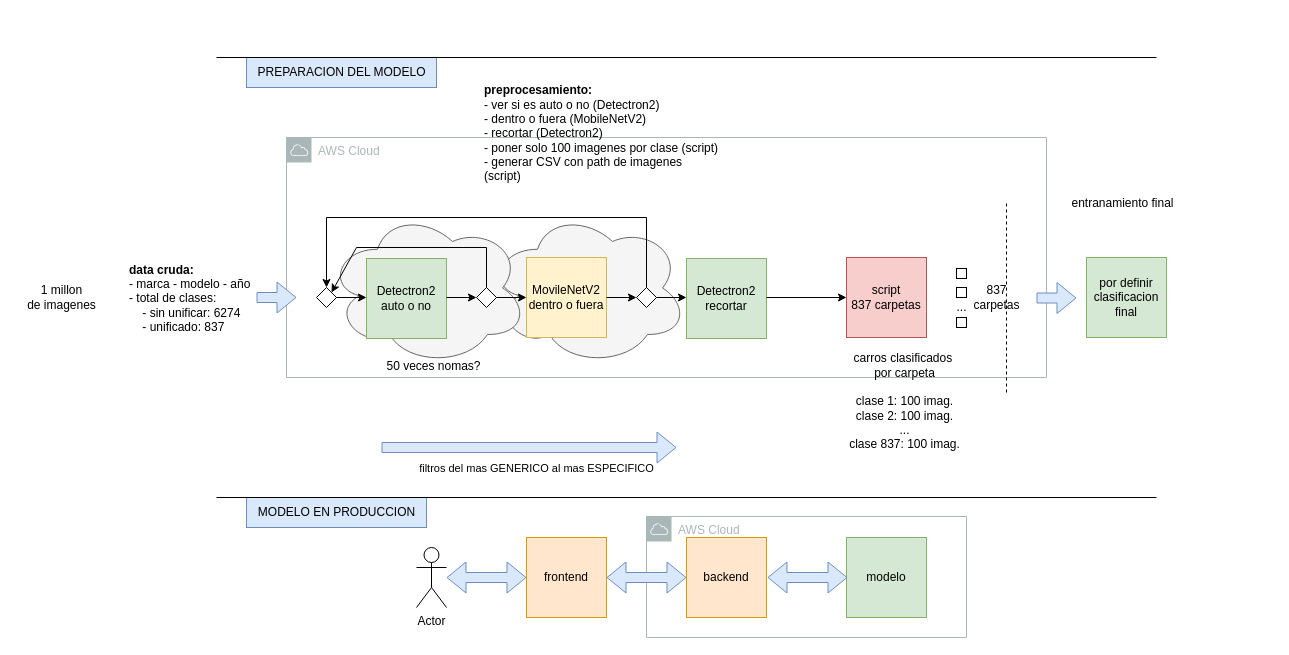
This is documentation/Diagrama sin título.drawio from josueelias9/AI-resnet_retraining, a draw.io file, before an edit. Source tidied: cells renumbered, new cells numbered last; positions are measured from the earlier drawing's top-left corner, leaving out a move shared by most shapes. Both pictures are drawn from the tidied source at 100%, with x=0, y=0 at pixel (17, 57).
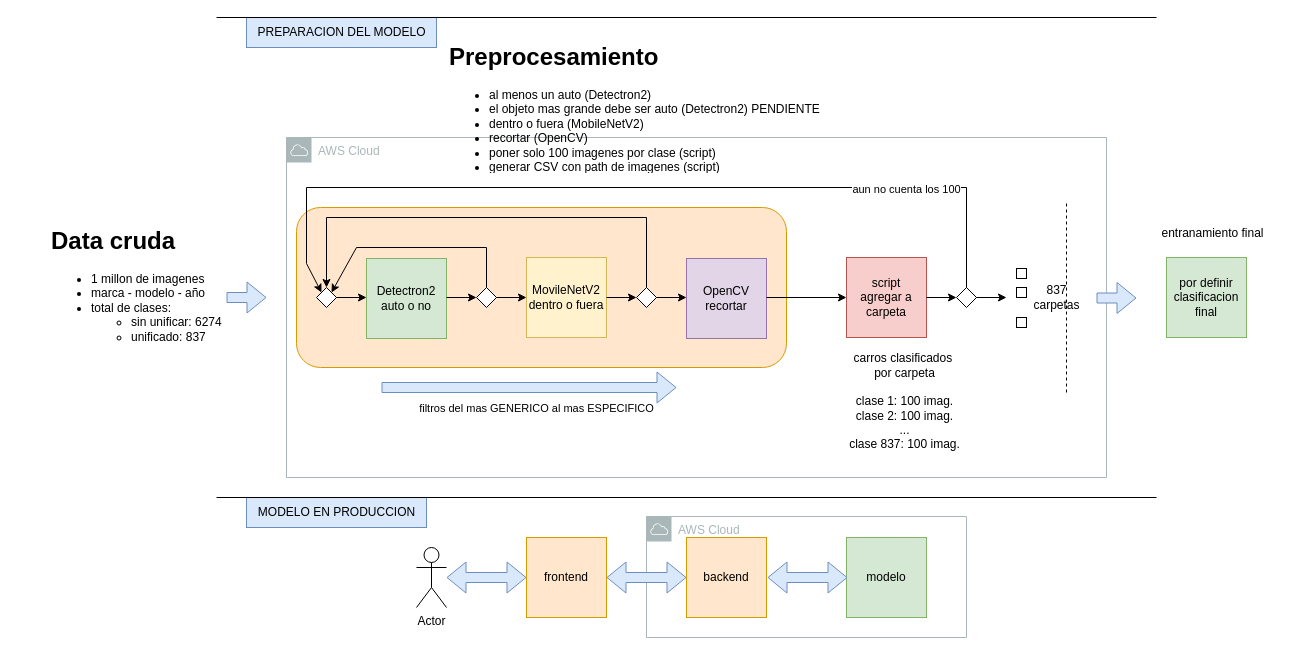
The same diagram, later.

The change refers to these unchanged cells:
```xml
<mxCell id="39" style="rhombus;whiteSpace=wrap;html=1;" parent="1" vertex="1">
  <mxGeometry x="299" y="230" width="20" height="20" as="geometry" />
</mxCell>
```

Diff of the diagram source:
```diff
@@
     <mxCell id="2" value="AWS Cloud" style="sketch=0;gradientColor=none;html=1;whiteSpace=wrap;fontSize=12;fontStyle=0;shape=mxgraph.aws4.group;grIcon=mxgraph.aws4.group_aws_cloud;strokeColor=#AAB7B8;fillColor=none;verticalAlign=top;align=left;spacingLeft=30;fontColor=#AAB7B8;dashed=0;" parent="1" vertex="1">
-      <mxGeometry x="269" y="80" width="760" height="240" as="geometry" />
+      <mxGeometry x="269" y="80" width="820" height="340" as="geometry" />
     </mxCell>
-    <mxCell id="3" style="ellipse;shape=cloud;whiteSpace=wrap;html=1;fillColor=#f5f5f5;fontColor=#333333;strokeColor=#666666;" parent="1" vertex="1">
-      <mxGeometry x="470" y="153" width="200" height="155" as="geometry" />
-    </mxCell>
-    <mxCell id="4" style="ellipse;shape=cloud;whiteSpace=wrap;html=1;fillColor=#f5f5f5;fontColor=#333333;strokeColor=#666666;" parent="1" vertex="1">
-      <mxGeometry x="310" y="153" width="200" height="155" as="geometry" />
-    </mxCell>
+    <mxCell id="49" style="rounded=1;whiteSpace=wrap;html=1;fillColor=#ffe6cc;strokeColor=#d79b00;" parent="1" vertex="1">
+      <mxGeometry x="279" y="150" width="490" height="160" as="geometry" />
+    </mxCell>
@@
     <mxCell id="7" style="shape=flexArrow;endArrow=classic;html=1;rounded=0;fillColor=#dae8fc;strokeColor=#6c8ebf;" parent="1" edge="1">
       <mxGeometry relative="1" as="geometry">
-        <mxPoint x="239" y="240" as="sourcePoint" />
-        <mxPoint x="279" y="240" as="targetPoint" />
+        <mxPoint x="209" y="240" as="sourcePoint" />
+        <mxPoint x="249" y="240" as="targetPoint" />
       </mxGeometry>
     </mxCell>
@@
     <mxCell id="9" style="shape=flexArrow;endArrow=classic;html=1;rounded=0;fillColor=#dae8fc;strokeColor=#6c8ebf;" parent="1" edge="1">
       <mxGeometry relative="1" as="geometry">
-        <mxPoint x="1019" y="240.5" as="sourcePoint" />
-        <mxPoint x="1059" y="240.5" as="targetPoint" />
+        <mxPoint x="1079" y="240.5" as="sourcePoint" />
+        <mxPoint x="1119" y="240.5" as="targetPoint" />
       </mxGeometry>
     </mxCell>
-    <mxCell id="10" value="&lt;b&gt;data cruda:&lt;/b&gt;&lt;br&gt;- marca - modelo - año&lt;br&gt;- total de clases:&lt;br&gt;&amp;nbsp; &amp;nbsp; - sin unificar: 6274&lt;br&gt;&amp;nbsp; &amp;nbsp; - unificado: 837" style="text;html=1;align=left;verticalAlign=middle;strokeColor=none;fillColor=none;" parent="1" vertex="1">
-      <mxGeometry x="110" y="196" width="140" height="90" as="geometry" />
-    </mxCell>
@@
-    <mxCell id="12" value="&lt;b&gt;preprocesamiento:&lt;br&gt;&lt;/b&gt;- ver si es auto o no&amp;nbsp;(Detectron2)&lt;br&gt;&lt;span style=&quot;background-color: initial;&quot;&gt;- dentro o fuera (MobileNetV2)&lt;/span&gt;&lt;br&gt;&lt;div style=&quot;&quot;&gt;&lt;span style=&quot;background-color: initial;&quot;&gt;- recortar (Detectron2)&lt;/span&gt;&lt;/div&gt;&lt;div style=&quot;&quot;&gt;&lt;span style=&quot;background-color: initial;&quot;&gt;- poner solo 100 imagenes por clase (script)&lt;/span&gt;&lt;/div&gt;&lt;div style=&quot;&quot;&gt;&lt;span style=&quot;background-color: initial;&quot;&gt;- generar CSV con path de imagenes&amp;nbsp;&lt;/span&gt;&lt;/div&gt;(script)" style="text;html=1;align=left;verticalAlign=middle;strokeColor=none;fillColor=none;" parent="1" vertex="1">
-      <mxGeometry x="465" y="21" width="260" height="110" as="geometry" />
-    </mxCell>
-    <mxCell id="13" value="Detectron2&lt;br&gt;recortar" style="whiteSpace=wrap;html=1;fillColor=#d5e8d4;strokeColor=#82b366;" parent="1" vertex="1">
+    <mxCell id="13" value="OpenCV&lt;br&gt;recortar" style="whiteSpace=wrap;html=1;fillColor=#e1d5e7;strokeColor=#9673a6;" parent="1" vertex="1">
       <mxGeometry x="669" y="201" width="80" height="80" as="geometry" />
     </mxCell>
     <mxCell id="14" value="por definir&lt;br&gt;clasificacion final" style="whiteSpace=wrap;html=1;fillColor=#d5e8d4;strokeColor=#82b366;" parent="1" vertex="1">
-      <mxGeometry x="1069" y="200" width="80" height="80" as="geometry" />
+      <mxGeometry x="1149" y="200" width="80" height="80" as="geometry" />
     </mxCell>
-    <mxCell id="15" value="script&lt;br&gt;837 carpetas" style="whiteSpace=wrap;html=1;fillColor=#f8cecc;strokeColor=#b85450;" parent="1" vertex="1">
+    <mxCell id="15" value="script&lt;br&gt;agregar a carpeta" style="whiteSpace=wrap;html=1;fillColor=#f8cecc;strokeColor=#b85450;" parent="1" vertex="1">
       <mxGeometry x="829" y="200" width="80" height="80" as="geometry" />
     </mxCell>
     <mxCell id="16" value="entranamiento final" style="text;html=1;align=center;verticalAlign=middle;strokeColor=none;fillColor=none;" parent="1" vertex="1">
-      <mxGeometry x="1045" y="133" width="120" height="26" as="geometry" />
+      <mxGeometry x="1135" y="163" width="120" height="26" as="geometry" />
     </mxCell>
     <mxCell id="17" style="endArrow=none;dashed=1;html=1;rounded=0;" parent="1" edge="1">
       <mxGeometry relative="1" as="geometry">
-        <mxPoint x="989" y="335" as="sourcePoint" />
-        <mxPoint x="989" y="145" as="targetPoint" />
+        <mxPoint x="1049" y="335" as="sourcePoint" />
+        <mxPoint x="1049" y="145" as="targetPoint" />
       </mxGeometry>
     </mxCell>
     <mxCell id="18" style="shape=flexArrow;endArrow=classic;html=1;rounded=0;fillColor=#dae8fc;strokeColor=#6c8ebf;" parent="1" edge="1">
       <mxGeometry relative="1" as="geometry">
-        <mxPoint x="364" y="390" as="sourcePoint" />
-        <mxPoint x="659" y="390" as="targetPoint" />
+        <mxPoint x="364" y="330" as="sourcePoint" />
+        <mxPoint x="659" y="330" as="targetPoint" />
       </mxGeometry>
     </mxCell>
@@
     <mxCell id="20" style="rounded=0;whiteSpace=wrap;html=1;" parent="1" vertex="1">
-      <mxGeometry x="939" y="211" width="10" height="10" as="geometry" />
+      <mxGeometry x="999" y="211" width="10" height="10" as="geometry" />
     </mxCell>
     <mxCell id="21" style="rounded=0;whiteSpace=wrap;html=1;" parent="1" vertex="1">
-      <mxGeometry x="939" y="230" width="10" height="10" as="geometry" />
+      <mxGeometry x="999" y="230" width="10" height="10" as="geometry" />
     </mxCell>
     <mxCell id="22" style="rounded=0;whiteSpace=wrap;html=1;" parent="1" vertex="1">
-      <mxGeometry x="939" y="260" width="10" height="10" as="geometry" />
+      <mxGeometry x="999" y="260" width="10" height="10" as="geometry" />
     </mxCell>
-    <mxCell id="23" value="..." style="text;html=1;align=center;verticalAlign=middle;strokeColor=none;fillColor=none;" parent="1" vertex="1">
-      <mxGeometry x="929" y="235" width="30" height="30" as="geometry" />
-    </mxCell>
     <mxCell id="24" value="837&lt;br&gt;carpetas" style="text;html=1;align=center;verticalAlign=middle;strokeColor=none;fillColor=none;" parent="1" vertex="1">
-      <mxGeometry x="944" y="220" width="70" height="40" as="geometry" />
+      <mxGeometry x="1004" y="220" width="70" height="40" as="geometry" />
     </mxCell>
@@
     <mxCell id="32" value="PREPARACION DEL MODELO" style="text;html=1;align=center;verticalAlign=middle;strokeColor=#6c8ebf;fillColor=#dae8fc;" parent="1" vertex="1">
-      <mxGeometry x="229" width="190" height="30" as="geometry" />
+      <mxGeometry x="229" y="-40" width="190" height="30" as="geometry" />
     </mxCell>
@@
     <mxCell id="46" style="endArrow=none;html=1;rounded=0;" parent="1" edge="1">
       <mxGeometry relative="1" as="geometry">
-        <mxPoint x="199" as="sourcePoint" />
-        <mxPoint x="1139" as="targetPoint" />
+        <mxPoint x="199" y="-40" as="sourcePoint" />
+        <mxPoint x="1139" y="-40" as="targetPoint" />
       </mxGeometry>
     </mxCell>
-    <mxCell id="47" value="50 veces nomas?" style="text;html=1;align=center;verticalAlign=middle;strokeColor=none;fillColor=none;" parent="1" vertex="1">
-      <mxGeometry x="360" y="296" width="112" height="26" as="geometry" />
-    </mxCell>
-    <mxCell id="48" value="1 millon&lt;br&gt;de imagenes" style="text;html=1;align=center;verticalAlign=middle;strokeColor=none;fillColor=none;" parent="1" vertex="1">
-      <mxGeometry y="219" width="87" height="41" as="geometry" />
-    </mxCell>
+    <mxCell id="50" value="&lt;h1&gt;Data cruda&lt;/h1&gt;&lt;ul&gt;&lt;li&gt;&lt;span style=&quot;&quot;&gt;1 millon de imagenes&lt;/span&gt;&lt;/li&gt;&lt;li&gt;&lt;span style=&quot;&quot;&gt;marca - modelo - año&lt;/span&gt;&lt;/li&gt;&lt;li&gt;&lt;span style=&quot;&quot;&gt;total de clases:&lt;/span&gt;&lt;/li&gt;&lt;ul&gt;&lt;li&gt;&lt;span style=&quot;&quot;&gt;sin unificar: 6274&lt;/span&gt;&lt;/li&gt;&lt;li&gt;&lt;span style=&quot;&quot;&gt;unificado: 837&lt;/span&gt;&lt;/li&gt;&lt;/ul&gt;&lt;/ul&gt;&lt;p&gt;&lt;/p&gt;" style="text;html=1;strokeColor=none;fillColor=none;spacing=5;spacingTop=-20;whiteSpace=wrap;overflow=hidden;rounded=0;" parent="1" vertex="1">
+      <mxGeometry x="29" y="164" width="190" height="144" as="geometry" />
+    </mxCell>
+    <mxCell id="51" style="rhombus;whiteSpace=wrap;html=1;" parent="1" vertex="1">
+      <mxGeometry x="939" y="230" width="20" height="20" as="geometry" />
+    </mxCell>
+    <mxCell id="52" style="endArrow=classic;html=1;rounded=0;entryX=0;entryY=0.5;entryDx=0;entryDy=0;" parent="1" edge="1">
+      <mxGeometry relative="1" as="geometry">
+        <mxPoint x="909" y="240" as="sourcePoint" />
+        <mxPoint x="939" y="240" as="targetPoint" />
+      </mxGeometry>
+    </mxCell>
+    <mxCell id="53" style="endArrow=classic;html=1;rounded=0;entryX=0;entryY=0;entryDx=0;entryDy=0;" parent="1" edge="1" target="39">
+      <mxGeometry relative="1" as="geometry">
+        <mxPoint x="949" y="230" as="sourcePoint" />
+        <Array as="points">
+          <mxPoint x="949" y="130" />
+          <mxPoint x="289" y="130" />
+          <mxPoint x="289" y="206" />
+        </Array>
+      </mxGeometry>
+    </mxCell>
+    <mxCell id="54" value="aun no cuenta los 100" style="edgeLabel;html=1;align=center;verticalAlign=middle;" parent="53" vertex="1">
+      <mxGeometry x="-0.63" y="1" relative="1" as="geometry" />
+    </mxCell>
+    <mxCell id="55" style="endArrow=classic;html=1;rounded=0;entryX=0;entryY=0.5;entryDx=0;entryDy=0;" parent="1" edge="1">
+      <mxGeometry relative="1" as="geometry">
+        <mxPoint x="959" y="240" as="sourcePoint" />
+        <mxPoint x="989" y="240" as="targetPoint" />
+      </mxGeometry>
+    </mxCell>
+    <mxCell id="56" value="&lt;h1&gt;Preprocesamiento&lt;/h1&gt;&lt;p&gt;&lt;/p&gt;&lt;ul&gt;&lt;li&gt;&lt;span style=&quot;background-color: initial;&quot;&gt;al menos un auto (Detectron2)&lt;/span&gt;&lt;/li&gt;&lt;li&gt;el objeto mas grande debe ser auto (Detectron2) PENDIENTE&lt;/li&gt;&lt;li&gt;&lt;span style=&quot;background-color: initial;&quot;&gt;dentro o fuera (MobileNetV2)&lt;/span&gt;&lt;/li&gt;&lt;li&gt;&lt;span style=&quot;background-color: initial;&quot;&gt;recortar (OpenCV)&lt;/span&gt;&lt;/li&gt;&lt;li&gt;&lt;span style=&quot;background-color: initial;&quot;&gt;poner solo 100 imagenes por clase (script)&lt;/span&gt;&lt;/li&gt;&lt;li&gt;&lt;span style=&quot;background-color: initial;&quot;&gt;generar CSV con path de imagenes&amp;nbsp;&lt;/span&gt;(script)&lt;/li&gt;&lt;/ul&gt;" style="text;html=1;strokeColor=none;fillColor=none;spacing=5;spacingTop=-20;whiteSpace=wrap;overflow=hidden;rounded=0;" parent="1" vertex="1">
+      <mxGeometry x="427" y="-20" width="387" height="136" as="geometry" />
+    </mxCell>
```
